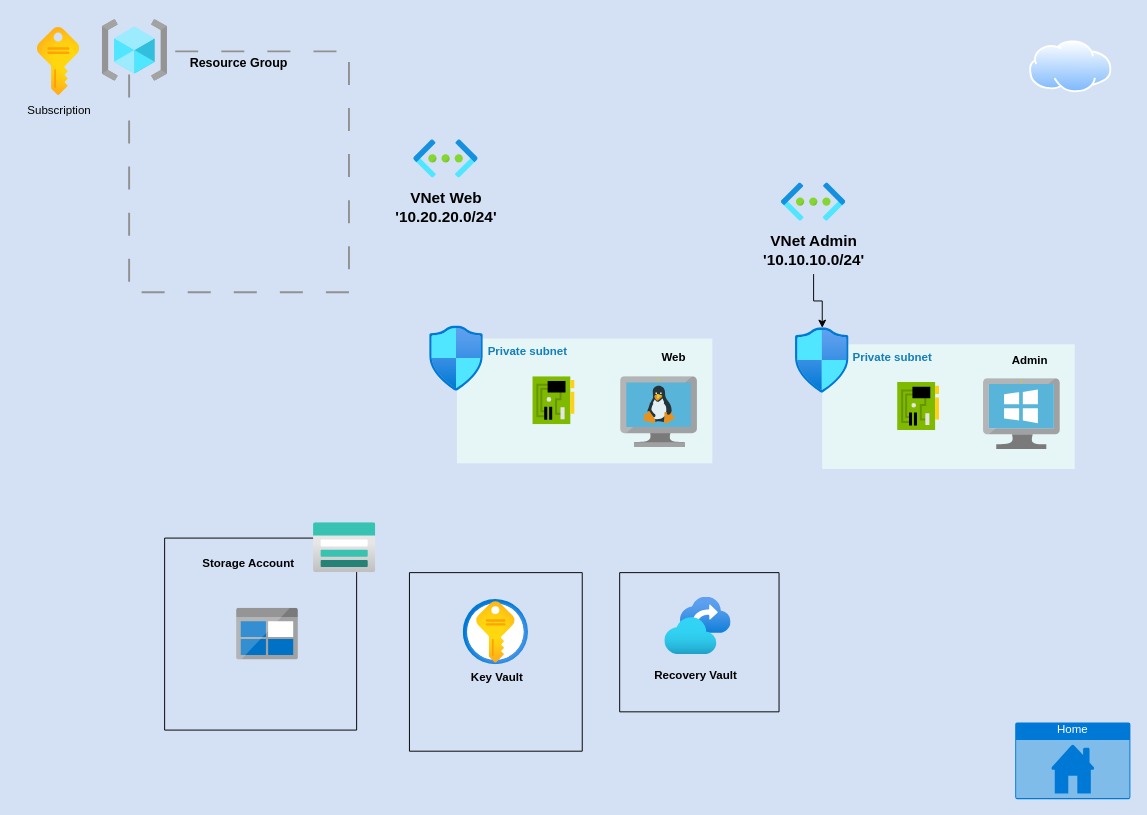
The draw.io diagram v1.0.drawio in techgrounds/techgrounds-SaidTG, before the edit. Source tidied: cells renumbered, new cells numbered last; positions are measured from the earlier drawing's top-left corner, leaving out a move shared by most shapes. Both pictures are drawn from the tidied source at 96%, with x=0, y=0 at pixel (16, 19).
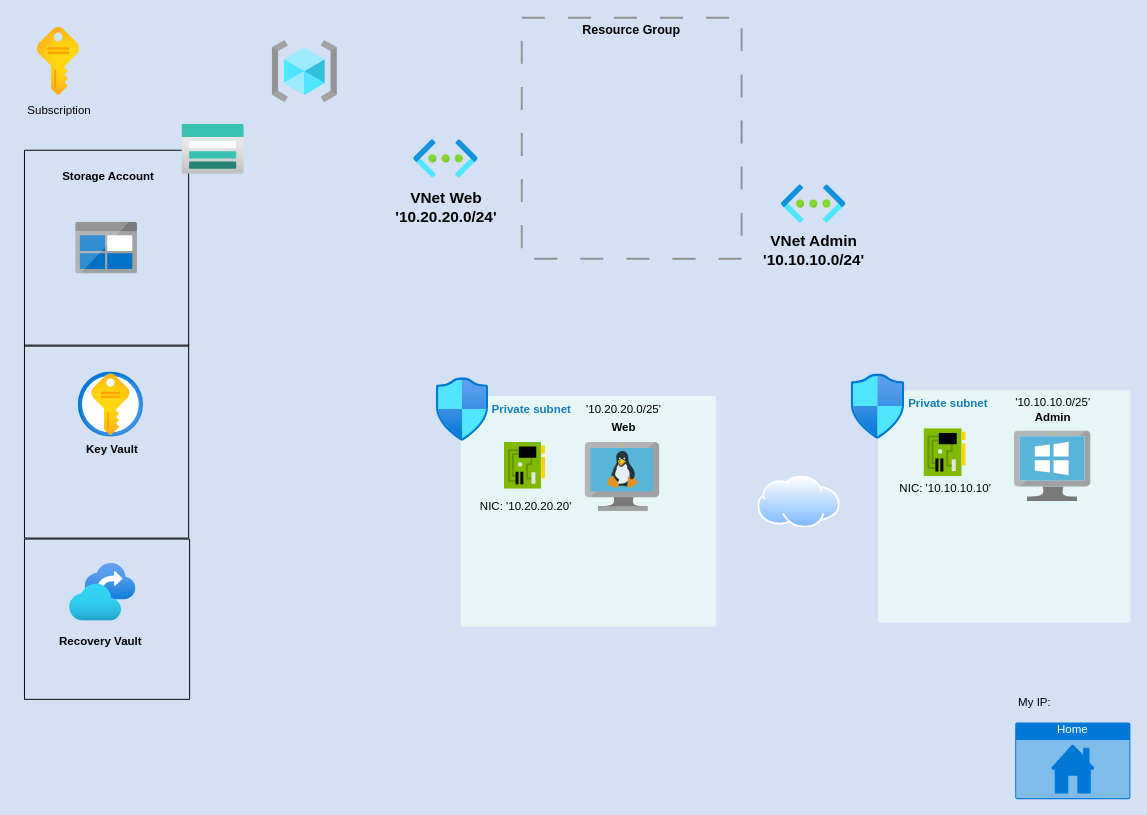
The same page after the edit.

Change to the diagram source:
```diff
@@
     <mxCell id="3" style="image;html=1;align=center;fontSize=12;image=img/lib/azure2/networking/Virtual_Networks.svg;" parent="1" vertex="1">
-      <mxGeometry x="796.5" y="170" width="67" height="40" as="geometry" />
+      <mxGeometry x="796.5" y="172" width="67" height="40" as="geometry" />
     </mxCell>
@@
     <mxCell id="6" value="&lt;b&gt;&lt;font style=&quot;font-size: 13px;&quot;&gt;Resource Group&lt;/font&gt;&lt;/b&gt;" style="fontStyle=0;verticalAlign=top;align=center;spacingTop=-2;fillColor=none;rounded=0;whiteSpace=wrap;html=1;strokeColor=#919191;strokeWidth=2;dashed=1;dashPattern=12 12;" parent="1" vertex="1">
-      <mxGeometry x="117" y="33" width="229" height="251" as="geometry" />
+      <mxGeometry x="526" y="-2" width="229" height="251" as="geometry" />
     </mxCell>
-    <mxCell id="7" style="image;html=1;align=center;fontSize=12;image=img/lib/azure2/general/Resource_Groups.svg;" parent="6" vertex="1">
-      <mxGeometry x="-28" y="-33" width="68" height="64" as="geometry" />
-    </mxCell>
     <mxCell id="8" style="image;perimeter=ellipsePerimeter;html=1;align=center;shadow=0;dashed=0;spacingTop=3;image=img/lib/active_directory/internet_cloud.svg;" parent="1" vertex="1">
-      <mxGeometry x="1055" y="22" width="85.7" height="54" as="geometry" />
+      <mxGeometry x="772" y="475.5" width="85.7" height="54" as="geometry" />
     </mxCell>
     <mxCell id="9" style="swimlane;startSize=0;" parent="1" vertex="1">
-      <mxGeometry x="154" y="540" width="200" height="200" as="geometry" />
+      <mxGeometry x="8" y="136" width="171" height="204" as="geometry" />
     </mxCell>
     <mxCell id="10" style="image;html=1;align=center;fontSize=12;image=img/lib/azure2/storage/Storage_Accounts.svg;" parent="9" vertex="1">
-      <mxGeometry x="155" y="-16" width="65" height="52" as="geometry" />
+      <mxGeometry x="164" y="-27" width="65" height="52" as="geometry" />
     </mxCell>
     <mxCell id="11" style="image;sketch=0;html=1;align=center;fontSize=12;image=img/lib/mscae/BlobBlock.svg;" parent="9" vertex="1">
-      <mxGeometry x="75" y="73" width="64.3" height="54" as="geometry" />
+      <mxGeometry x="53.4" y="75" width="64.3" height="54" as="geometry" />
     </mxCell>
@@
     <mxCell id="13" style="swimlane;startSize=0;" parent="1" vertex="1">
-      <mxGeometry x="409" y="576" width="180" height="186" as="geometry" />
+      <mxGeometry x="8" y="339" width="171" height="201" as="geometry" />
     </mxCell>
@@
     <mxCell id="16" style="swimlane;startSize=0;" parent="1" vertex="1">
-      <mxGeometry x="628" y="576" width="166" height="145" as="geometry" />
+      <mxGeometry x="8" y="541" width="172" height="167" as="geometry" />
     </mxCell>
@@
+    <mxCell id="31" value="&lt;div style=&quot;font-size: 16px;&quot;&gt;&lt;b&gt;&lt;font style=&quot;font-size: 16px;&quot;&gt;VNet Admin&lt;/font&gt;&lt;/b&gt;&lt;/div&gt;&lt;div style=&quot;font-size: 16px;&quot;&gt;&lt;b&gt;&lt;font style=&quot;font-size: 16px;&quot;&gt;'10.10.10.0/24&lt;/font&gt;'&lt;/b&gt;&lt;/div&gt;" style="text;html=1;align=center;verticalAlign=middle;points=[];strokeColor=none;fillColor=none;" parent="1" vertex="1">
+      <mxGeometry x="768" y="215" width="124" height="50" as="geometry" />
+    </mxCell>
+    <mxCell id="7" style="image;html=1;align=center;fontSize=12;image=img/lib/azure2/general/Resource_Groups.svg;" parent="1" vertex="1">
+      <mxGeometry x="266" y="22" width="68" height="64" as="geometry" />
+    </mxCell>
+    <mxCell id="33" value="My IP:" style="text;html=1;align=center;verticalAlign=middle;strokeColor=none;fillColor=none;" parent="1" vertex="1">
+      <mxGeometry x="1035.5" y="698" width="49" height="26" as="geometry" />
+    </mxCell>
+    <mxCell id="34" style="group;" parent="1" vertex="1">
+      <mxGeometry x="437" y="373" width="291.5" height="259" as="geometry" />
+    </mxCell>
+    <mxCell id="26" value="&lt;b&gt;Private subnet&lt;/b&gt;" style="gradientColor=none;html=1;whiteSpace=wrap;fontSize=12;fontStyle=0;shape=mxgraph.aws4.group;grIcon=mxgraph.aws4.group_security_group;grStroke=0;strokeColor=#00A4A6;fillColor=#E6F6F7;verticalAlign=top;align=left;spacingLeft=30;fontColor=#147EBA;dashed=0;" parent="34" vertex="1">
+      <mxGeometry x="25.5" y="19" width="266" height="240" as="geometry" />
+    </mxCell>
+    <mxCell id="27" style="image;sketch=0;html=1;align=center;fontSize=12;image=img/lib/mscae/NetworkInterfaceCard.svg;" parent="34" vertex="1">
+      <mxGeometry x="71" y="67.4" width="42.8" height="48.7" as="geometry" />
+    </mxCell>
+    <mxCell id="28" style="image;sketch=0;html=1;align=center;fontSize=12;image=img/lib/mscae/VM_Linux.svg;" parent="34" vertex="1">
+      <mxGeometry x="155" y="67.4" width="77.9" height="71.7" as="geometry" />
+    </mxCell>
+    <mxCell id="29" value="&lt;b&gt;Web&lt;/b&gt;" style="text;html=1;align=center;verticalAlign=middle;strokeColor=none;fillColor=none;" parent="34" vertex="1">
+      <mxGeometry x="173" y="37.9" width="44" height="27.4" as="geometry" />
+    </mxCell>
+    <mxCell id="35" value="'10.20.20.0/25'" style="text;html=1;align=center;verticalAlign=middle;strokeColor=none;fillColor=none;" parent="34" vertex="1">
+      <mxGeometry x="146.5" y="19" width="97" height="27.4" as="geometry" />
+    </mxCell>
+    <mxCell id="36" value="&lt;div&gt;NIC: '10.20.20.20'&lt;/div&gt;" style="text;html=1;align=center;verticalAlign=middle;strokeColor=none;fillColor=none;" parent="34" vertex="1">
+      <mxGeometry x="36" y="120" width="114" height="27.4" as="geometry" />
+    </mxCell>
+    <mxCell id="32" style="image;html=1;align=center;fontSize=12;image=img/lib/azure2/networking/Network_Security_Groups.svg;" parent="34" vertex="1">
+      <mxGeometry width="54.5" height="66.2" as="geometry" />
+    </mxCell>
+    <mxCell id="37" style="group;" parent="1" vertex="1">
+      <mxGeometry x="869" y="369" width="291" height="259" as="geometry" />
+    </mxCell>
-    <mxCell id="21" value="&lt;b&gt;Private subnet&lt;/b&gt;" style="gradientColor=none;html=1;whiteSpace=wrap;fontSize=12;fontStyle=0;shape=mxgraph.aws4.group;grIcon=mxgraph.aws4.group_security_group;grStroke=0;strokeColor=#00A4A6;fillColor=#E6F6F7;verticalAlign=top;align=left;spacingLeft=30;fontColor=#147EBA;dashed=0;" parent="1" vertex="1">
-      <mxGeometry x="839" y="338" width="263" height="130" as="geometry" />
+    <mxCell id="21" value="&lt;b&gt;Private subnet&lt;/b&gt;" style="gradientColor=none;html=1;whiteSpace=wrap;fontSize=12;fontStyle=0;shape=mxgraph.aws4.group;grIcon=mxgraph.aws4.group_security_group;grStroke=0;strokeColor=#00A4A6;fillColor=#E6F6F7;verticalAlign=top;align=left;spacingLeft=30;fontColor=#147EBA;dashed=0;" parent="37" vertex="1">
+      <mxGeometry x="28" y="17" width="263" height="242" as="geometry" />
     </mxCell>
-    <mxCell id="22" style="image;sketch=0;html=1;align=center;fontSize=12;image=img/lib/mscae/NetworkInterfaceCard.svg;" parent="21" vertex="1">
-      <mxGeometry x="78.5" y="40" width="44" height="50" as="geometry" />
+    <mxCell id="22" style="image;sketch=0;html=1;align=center;fontSize=12;image=img/lib/mscae/NetworkInterfaceCard.svg;" parent="37" vertex="1">
+      <mxGeometry x="76" y="57" width="44" height="50" as="geometry" />
     </mxCell>
-    <mxCell id="23" style="image;sketch=0;html=1;align=center;fontSize=12;image=img/lib/mscae/VirtualMachineWindows.svg;" parent="21" vertex="1">
-      <mxGeometry x="168" y="36" width="80" height="73.6" as="geometry" />
+    <mxCell id="23" style="image;sketch=0;html=1;align=center;fontSize=12;image=img/lib/mscae/VirtualMachineWindows.svg;" parent="37" vertex="1">
+      <mxGeometry x="170" y="59.4" width="80" height="73.6" as="geometry" />
     </mxCell>
-    <mxCell id="24" style="image;html=1;points=[];align=center;fontSize=12;image=img/lib/azure2/networking/Network_Security_Groups.svg;" parent="21" vertex="1">
-      <mxGeometry x="-28" y="-17" width="56" height="68" as="geometry" />
+    <mxCell id="24" style="image;html=1;points=[];align=center;fontSize=12;image=img/lib/azure2/networking/Network_Security_Groups.svg;" parent="37" vertex="1">
+      <mxGeometry width="56" height="68" as="geometry" />
     </mxCell>
-    <mxCell id="25" value="&lt;b&gt;Admin&lt;/b&gt;" style="text;html=1;align=center;verticalAlign=middle;strokeColor=none;fillColor=none;" parent="21" vertex="1">
-      <mxGeometry x="189" y="4" width="54" height="26" as="geometry" />
+    <mxCell id="25" value="&lt;b&gt;Admin&lt;/b&gt;" style="text;html=1;align=center;verticalAlign=middle;strokeColor=none;fillColor=none;" parent="37" vertex="1">
+      <mxGeometry x="183" y="33.4" width="54" height="26" as="geometry" />
     </mxCell>
-    <mxCell id="26" value="&lt;b&gt;Private subnet&lt;/b&gt;" style="gradientColor=none;html=1;whiteSpace=wrap;fontSize=12;fontStyle=0;shape=mxgraph.aws4.group;grIcon=mxgraph.aws4.group_security_group;grStroke=0;strokeColor=#00A4A6;fillColor=#E6F6F7;verticalAlign=top;align=left;spacingLeft=30;fontColor=#147EBA;dashed=0;" parent="1" vertex="1">
-      <mxGeometry x="458.5" y="332" width="266" height="130" as="geometry" />
-    </mxCell>
-    <mxCell id="27" style="image;sketch=0;html=1;align=center;fontSize=12;image=img/lib/mscae/NetworkInterfaceCard.svg;" parent="26" vertex="1">
-      <mxGeometry x="79" y="40" width="44" height="50" as="geometry" />
-    </mxCell>
-    <mxCell id="28" style="image;sketch=0;html=1;align=center;fontSize=12;image=img/lib/mscae/VM_Linux.svg;" parent="26" vertex="1">
-      <mxGeometry x="170.5" y="40" width="80" height="73.6" as="geometry" />
-    </mxCell>
-    <mxCell id="29" value="&lt;b&gt;Web&lt;/b&gt;" style="text;html=1;align=center;verticalAlign=middle;strokeColor=none;fillColor=none;" parent="26" vertex="1">
-      <mxGeometry x="203.5" y="7" width="44" height="26" as="geometry" />
-    </mxCell>
-    <mxCell id="30" style="edgeStyle=orthogonalEdgeStyle;rounded=0;jettySize=auto;html=1;" parent="1" edge="1" source="31" target="24">
-      <mxGeometry relative="1" as="geometry" />
-    </mxCell>
-    <mxCell id="31" value="&lt;div style=&quot;font-size: 16px;&quot;&gt;&lt;b&gt;&lt;font style=&quot;font-size: 16px;&quot;&gt;VNet Admin&lt;/font&gt;&lt;/b&gt;&lt;/div&gt;&lt;div style=&quot;font-size: 16px;&quot;&gt;&lt;b&gt;&lt;font style=&quot;font-size: 16px;&quot;&gt;'10.10.10.0/24&lt;/font&gt;'&lt;/b&gt;&lt;/div&gt;" style="text;html=1;align=center;verticalAlign=middle;points=[];strokeColor=none;fillColor=none;" parent="1" vertex="1">
-      <mxGeometry x="768" y="215" width="124" height="50" as="geometry" />
-    </mxCell>
-    <mxCell id="32" style="image;html=1;align=center;fontSize=12;image=img/lib/azure2/networking/Network_Security_Groups.svg;" parent="1" vertex="1">
-      <mxGeometry x="430" y="319" width="56" height="68" as="geometry" />
-    </mxCell>
+    <mxCell id="38" value="&lt;div&gt;'10.10.10.0/25'&lt;/div&gt;" style="text;html=1;align=center;verticalAlign=middle;strokeColor=none;fillColor=none;" parent="37" vertex="1">
+      <mxGeometry x="161.5" y="17" width="97" height="26" as="geometry" />
+    </mxCell>
+    <mxCell id="39" value="NIC: '10.10.10.10'" style="text;html=1;align=center;verticalAlign=middle;strokeColor=none;fillColor=none;" parent="37" vertex="1">
+      <mxGeometry x="41" y="107" width="114" height="26" as="geometry" />
+    </mxCell>
```
